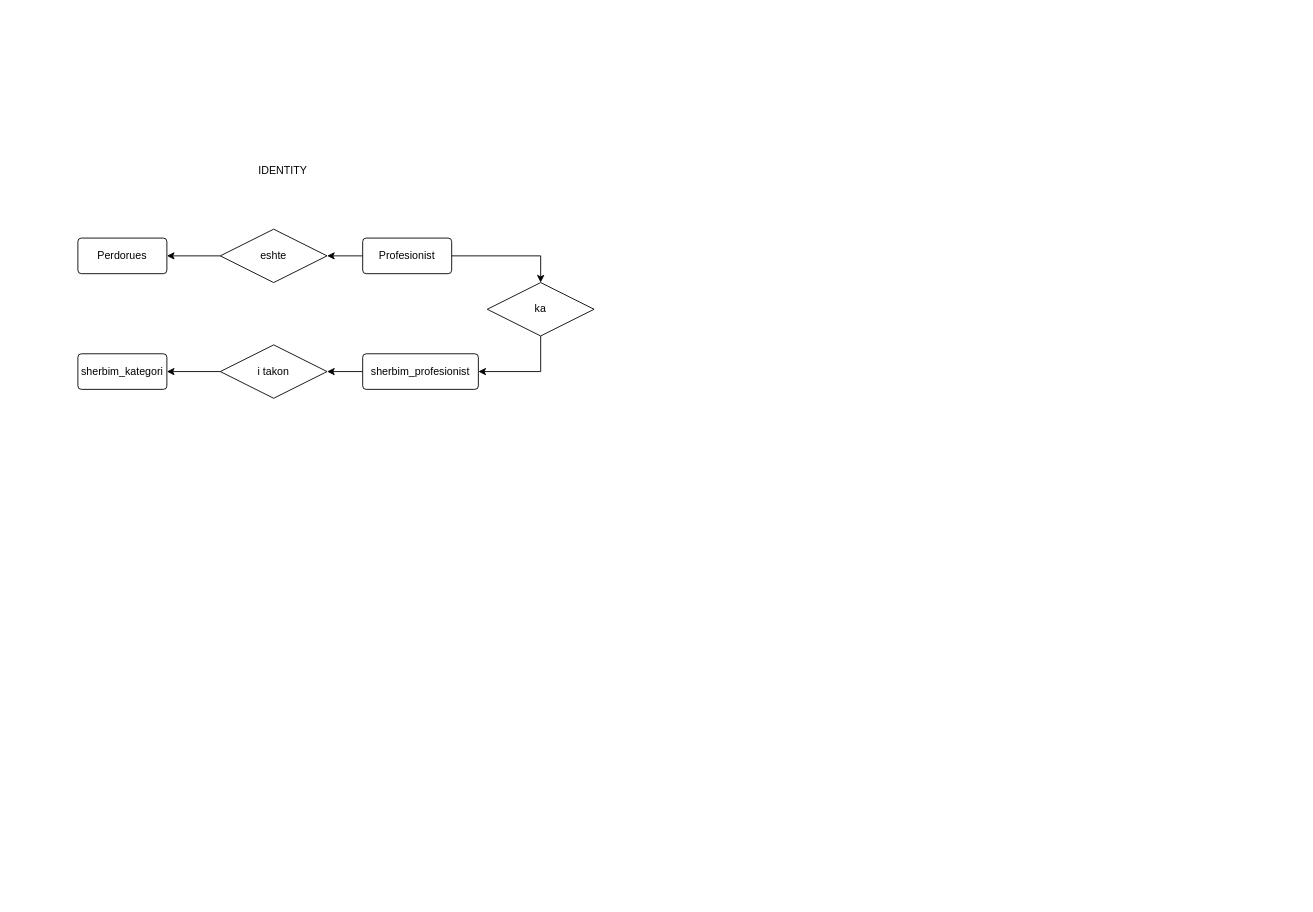
Earlier version of the draw.io diagram page "ERD" (1 of 2) of docs/database_diagram.drawio (redonbrovina/Fiks). Source tidied: cells renumbered, new cells numbered last; positions are measured from the earlier drawing's top-left corner, leaving out a move shared by most shapes. Both pictures are drawn from the tidied source at 89%, with x=0, y=0 at pixel (77, 158).
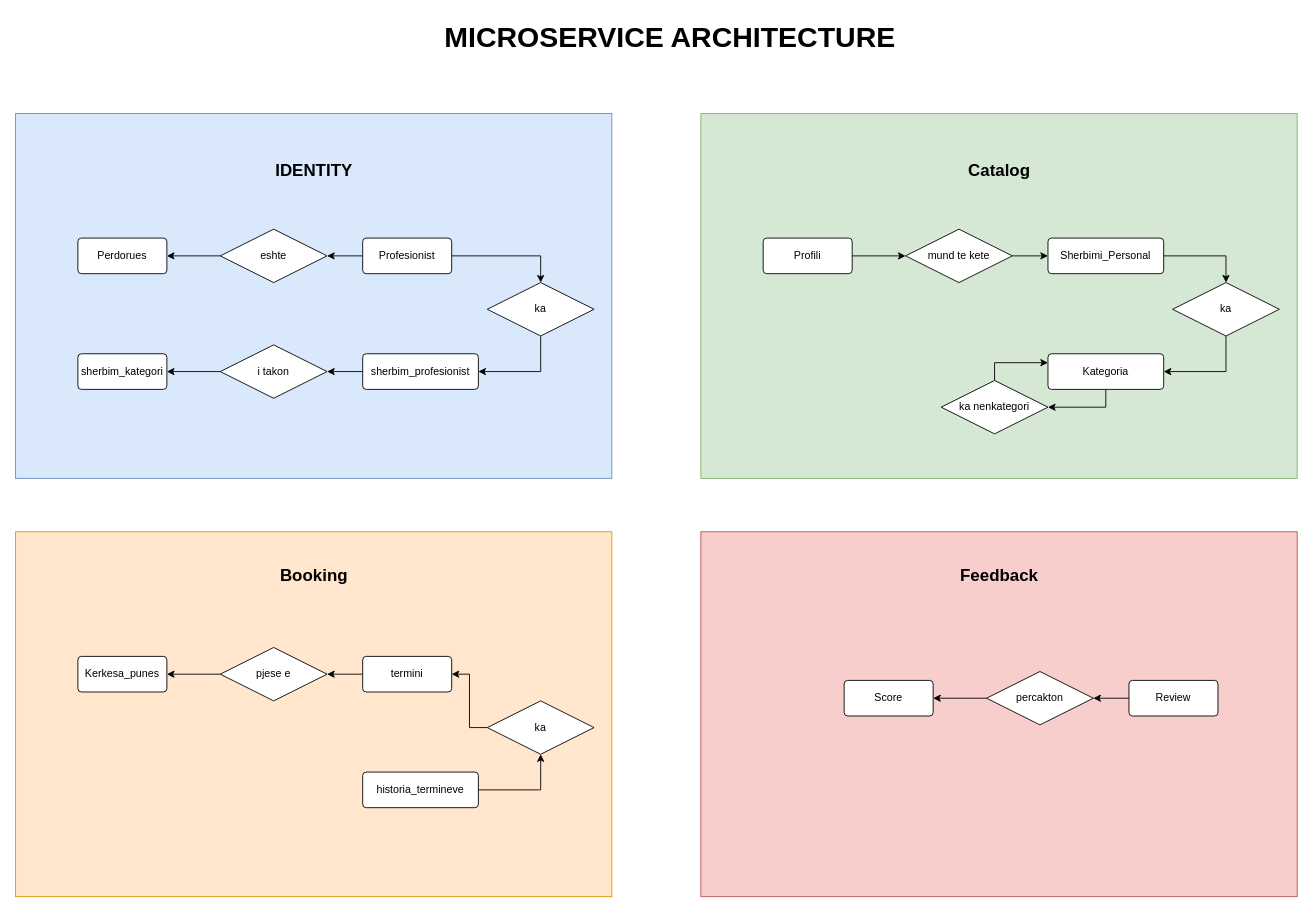
Above is the later version.

Commit message (it also covers changes not shown here):
add ERD model for database

The edit, as a diff of the source:
```diff
@@
+    <mxCell id="16" style="rounded=0;whiteSpace=wrap;html=1;fillColor=#dae8fc;strokeColor=#6c8ebf;" parent="1" vertex="1">
+      <mxGeometry x="-70" y="-50" width="670" height="410" as="geometry" />
+    </mxCell>
@@
-    <mxCell id="15" value="IDENTITY" style="text;html=1;align=center;verticalAlign=middle;strokeColor=none;fillColor=none;" parent="1" vertex="1">
-      <mxGeometry x="190" width="80" height="30" as="geometry" />
+    <mxCell id="15" value="IDENTITY" style="text;html=1;align=center;verticalAlign=middle;fontStyle=1;fontSize=19;" parent="1" vertex="1">
+      <mxGeometry x="210" y="-5" width="110" height="40" as="geometry" />
     </mxCell>
+    <mxCell id="17" style="rounded=0;whiteSpace=wrap;html=1;fillColor=#d5e8d4;strokeColor=#82b366;" parent="1" vertex="1">
+      <mxGeometry x="700" y="-50" width="670" height="410" as="geometry" />
+    </mxCell>
+    <mxCell id="18" style="edgeStyle=orthogonalEdgeStyle;rounded=0;jettySize=auto;html=1;entryX=0;entryY=0.5;entryDx=0;entryDy=0;" parent="1" edge="1" source="19" target="23">
+      <mxGeometry relative="1" as="geometry" />
+    </mxCell>
+    <mxCell id="19" value="Profili" style="rounded=1;arcSize=10;whiteSpace=wrap;html=1;align=center;" parent="1" vertex="1">
+      <mxGeometry x="770" y="90" width="100" height="40" as="geometry" />
+    </mxCell>
+    <mxCell id="20" style="edgeStyle=orthogonalEdgeStyle;rounded=0;jettySize=auto;html=1;exitX=1;exitY=0.5;exitDx=0;exitDy=0;entryX=0.5;entryY=0;entryDx=0;entryDy=0;" parent="1" edge="1" source="21" target="27">
+      <mxGeometry relative="1" as="geometry" />
+    </mxCell>
+    <mxCell id="21" value="Sherbimi_Personal" style="rounded=1;arcSize=10;whiteSpace=wrap;html=1;align=center;" parent="1" vertex="1">
+      <mxGeometry x="1090" y="90" width="130" height="40" as="geometry" />
+    </mxCell>
+    <mxCell id="22" style="edgeStyle=orthogonalEdgeStyle;rounded=0;jettySize=auto;html=1;exitX=1;exitY=0.5;exitDx=0;exitDy=0;entryX=0;entryY=0.5;entryDx=0;entryDy=0;" parent="1" edge="1" source="23" target="21">
+      <mxGeometry relative="1" as="geometry" />
+    </mxCell>
+    <mxCell id="23" value="mund te kete" style="shape=rhombus;perimeter=rhombusPerimeter;whiteSpace=wrap;html=1;align=center;" parent="1" vertex="1">
+      <mxGeometry x="930" y="80" width="120" height="60" as="geometry" />
+    </mxCell>
+    <mxCell id="24" style="edgeStyle=orthogonalEdgeStyle;rounded=0;jettySize=auto;html=1;exitX=0.5;exitY=1;exitDx=0;exitDy=0;entryX=1;entryY=0.5;entryDx=0;entryDy=0;" parent="1" edge="1" source="25" target="51">
+      <mxGeometry relative="1" as="geometry" />
+    </mxCell>
+    <mxCell id="25" value="Kategoria" style="rounded=1;arcSize=10;whiteSpace=wrap;html=1;align=center;" parent="1" vertex="1">
+      <mxGeometry x="1090" y="220" width="130" height="40" as="geometry" />
+    </mxCell>
+    <mxCell id="26" style="edgeStyle=orthogonalEdgeStyle;rounded=0;jettySize=auto;html=1;entryX=1;entryY=0.5;entryDx=0;entryDy=0;" parent="1" edge="1" source="27">
+      <mxGeometry relative="1" as="geometry">
+        <mxPoint x="1220" y="240" as="targetPoint" />
+        <Array as="points">
+          <mxPoint x="1290" y="240" />
+        </Array>
+      </mxGeometry>
+    </mxCell>
+    <mxCell id="27" value="ka" style="shape=rhombus;perimeter=rhombusPerimeter;whiteSpace=wrap;html=1;align=center;" parent="1" vertex="1">
+      <mxGeometry x="1230" y="140" width="120" height="60" as="geometry" />
+    </mxCell>
+    <mxCell id="28" value="Catalog" style="text;html=1;align=center;verticalAlign=middle;fontStyle=1;fontSize=19;" parent="1" vertex="1">
+      <mxGeometry x="990" y="-5" width="90" height="40" as="geometry" />
+    </mxCell>
+    <mxCell id="29" style="rounded=0;whiteSpace=wrap;html=1;fillColor=#ffe6cc;strokeColor=#d79b00;" parent="1" vertex="1">
+      <mxGeometry x="-70" y="420" width="670" height="410" as="geometry" />
+    </mxCell>
+    <mxCell id="30" value="Kerkesa_punes" style="rounded=1;arcSize=10;whiteSpace=wrap;html=1;align=center;" parent="1" vertex="1">
+      <mxGeometry y="560" width="100" height="40" as="geometry" />
+    </mxCell>
+    <mxCell id="31" style="edgeStyle=orthogonalEdgeStyle;rounded=0;jettySize=auto;html=1;exitX=0;exitY=0.5;exitDx=0;exitDy=0;entryX=1;entryY=0.5;entryDx=0;entryDy=0;" parent="1" edge="1" source="32" target="34">
+      <mxGeometry relative="1" as="geometry" />
+    </mxCell>
+    <mxCell id="32" value="termini" style="rounded=1;arcSize=10;whiteSpace=wrap;html=1;align=center;" parent="1" vertex="1">
+      <mxGeometry x="320" y="560" width="100" height="40" as="geometry" />
+    </mxCell>
+    <mxCell id="33" style="edgeStyle=orthogonalEdgeStyle;rounded=0;jettySize=auto;html=1;exitX=0;exitY=0.5;exitDx=0;exitDy=0;entryX=1;entryY=0.5;entryDx=0;entryDy=0;" parent="1" edge="1" source="34" target="30">
+      <mxGeometry relative="1" as="geometry" />
+    </mxCell>
+    <mxCell id="34" value="pjese e" style="shape=rhombus;perimeter=rhombusPerimeter;whiteSpace=wrap;html=1;align=center;" parent="1" vertex="1">
+      <mxGeometry x="160" y="550" width="120" height="60" as="geometry" />
+    </mxCell>
+    <mxCell id="35" style="edgeStyle=orthogonalEdgeStyle;rounded=0;jettySize=auto;html=1;entryX=0.5;entryY=1;entryDx=0;entryDy=0;" parent="1" edge="1" source="36" target="38">
+      <mxGeometry relative="1" as="geometry" />
+    </mxCell>
+    <mxCell id="36" value="historia_termineve" style="rounded=1;arcSize=10;whiteSpace=wrap;html=1;align=center;" parent="1" vertex="1">
+      <mxGeometry x="320" y="690" width="130" height="40" as="geometry" />
+    </mxCell>
+    <mxCell id="37" style="edgeStyle=orthogonalEdgeStyle;rounded=0;jettySize=auto;html=1;entryX=1;entryY=0.5;entryDx=0;entryDy=0;" parent="1" edge="1" source="38" target="32">
+      <mxGeometry relative="1" as="geometry" />
+    </mxCell>
+    <mxCell id="38" value="ka" style="shape=rhombus;perimeter=rhombusPerimeter;whiteSpace=wrap;html=1;align=center;" parent="1" vertex="1">
+      <mxGeometry x="460" y="610" width="120" height="60" as="geometry" />
+    </mxCell>
+    <mxCell id="39" value="Booking" style="text;html=1;align=center;verticalAlign=middle;fontStyle=1;fontSize=19;" parent="1" vertex="1">
+      <mxGeometry x="220" y="450" width="90" height="40" as="geometry" />
+    </mxCell>
+    <mxCell id="40" style="rounded=0;whiteSpace=wrap;html=1;fillColor=#f8cecc;strokeColor=#b85450;" parent="1" vertex="1">
+      <mxGeometry x="700" y="420" width="670" height="410" as="geometry" />
+    </mxCell>
+    <mxCell id="41" value="Score" style="rounded=1;arcSize=10;whiteSpace=wrap;html=1;align=center;" parent="1" vertex="1">
+      <mxGeometry x="861" y="587" width="100" height="40" as="geometry" />
+    </mxCell>
+    <mxCell id="42" style="edgeStyle=orthogonalEdgeStyle;rounded=0;jettySize=auto;html=1;exitX=0;exitY=0.5;exitDx=0;exitDy=0;entryX=1;entryY=0.5;entryDx=0;entryDy=0;" parent="1" edge="1" source="43" target="45">
+      <mxGeometry relative="1" as="geometry" />
+    </mxCell>
+    <mxCell id="43" value="Review" style="rounded=1;arcSize=10;whiteSpace=wrap;html=1;align=center;" parent="1" vertex="1">
+      <mxGeometry x="1181" y="587" width="100" height="40" as="geometry" />
+    </mxCell>
+    <mxCell id="44" style="edgeStyle=orthogonalEdgeStyle;rounded=0;jettySize=auto;html=1;exitX=0;exitY=0.5;exitDx=0;exitDy=0;entryX=1;entryY=0.5;entryDx=0;entryDy=0;" parent="1" edge="1" source="45" target="41">
+      <mxGeometry relative="1" as="geometry" />
+    </mxCell>
+    <mxCell id="45" value="percakton" style="shape=rhombus;perimeter=rhombusPerimeter;whiteSpace=wrap;html=1;align=center;" parent="1" vertex="1">
+      <mxGeometry x="1021" y="577" width="120" height="60" as="geometry" />
+    </mxCell>
+    <mxCell id="46" style="edgeStyle=orthogonalEdgeStyle;rounded=0;orthogonalLoop=1;jettySize=auto;html=1;entryX=1;entryY=0.5;entryDx=0;entryDy=0;" parent="1" edge="1">
+      <mxGeometry relative="1" as="geometry">
+        <mxPoint x="730" y="330" as="targetPoint" />
+      </mxGeometry>
+    </mxCell>
+    <mxCell id="47" style="edgeStyle=orthogonalEdgeStyle;rounded=0;orthogonalLoop=1;jettySize=auto;html=1;exitX=0;exitY=0.5;exitDx=0;exitDy=0;entryX=1;entryY=0.5;entryDx=0;entryDy=0;" parent="1" edge="1">
+      <mxGeometry relative="1" as="geometry">
+        <mxPoint x="550" y="330" as="targetPoint" />
+      </mxGeometry>
+    </mxCell>
+    <mxCell id="48" style="edgeStyle=orthogonalEdgeStyle;rounded=0;orthogonalLoop=1;jettySize=auto;html=1;entryX=1;entryY=0.5;entryDx=0;entryDy=0;" parent="1" edge="1">
+      <mxGeometry relative="1" as="geometry">
+        <mxPoint x="900" y="330" as="targetPoint" />
+        <Array as="points">
+          <mxPoint x="970" y="330" />
+        </Array>
+      </mxGeometry>
+    </mxCell>
+    <mxCell id="49" value="Feedback" style="text;html=1;align=center;verticalAlign=middle;fontStyle=1;fontSize=19;" parent="1" vertex="1">
+      <mxGeometry x="980" y="450" width="110" height="40" as="geometry" />
+    </mxCell>
+    <mxCell id="50" style="edgeStyle=orthogonalEdgeStyle;rounded=0;jettySize=auto;html=1;exitX=0.5;exitY=0;exitDx=0;exitDy=0;entryX=0;entryY=0.25;entryDx=0;entryDy=0;" parent="1" edge="1" source="51" target="25">
+      <mxGeometry relative="1" as="geometry" />
+    </mxCell>
+    <mxCell id="51" value="ka nenkategori" style="shape=rhombus;perimeter=rhombusPerimeter;whiteSpace=wrap;html=1;align=center;" parent="1" vertex="1">
+      <mxGeometry x="970" y="250" width="120" height="60" as="geometry" />
+    </mxCell>
+    <mxCell id="52" value="&lt;font style=&quot;font-size: 32px;&quot;&gt;&lt;b&gt;MICROSERVICE ARCHITECTURE&lt;/b&gt;&lt;/font&gt;" style="text;html=1;align=center;verticalAlign=middle;strokeColor=none;fillColor=none;" parent="1" vertex="1">
+      <mxGeometry x="400" y="-160" width="530" height="50" as="geometry" />
+    </mxCell>
```
